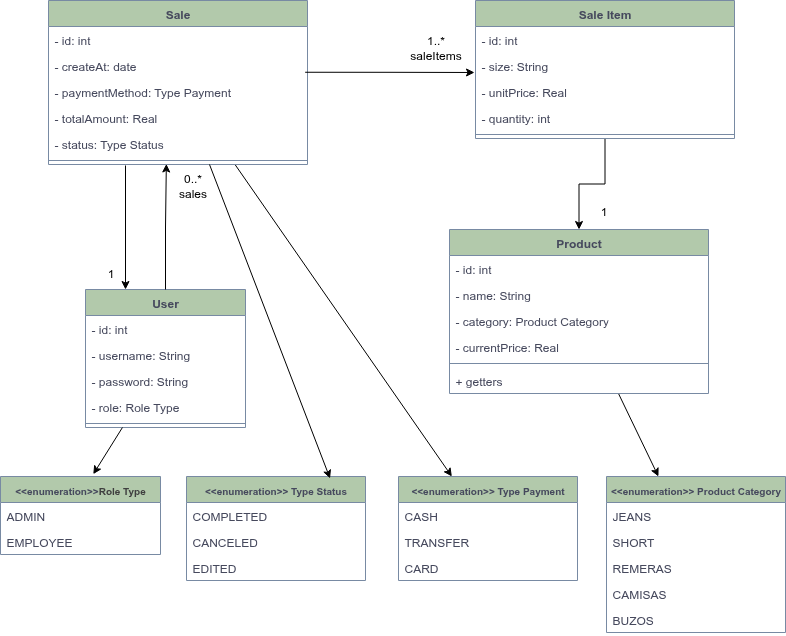
The draw.io diagram docs/tiendabel-UML.png in dazayamil/tiendabel-api, before a commit. Source tidied: cells renumbered, new cells last; positions are measured from the earlier drawing's top-left corner, leaving out a move shared by most shapes.
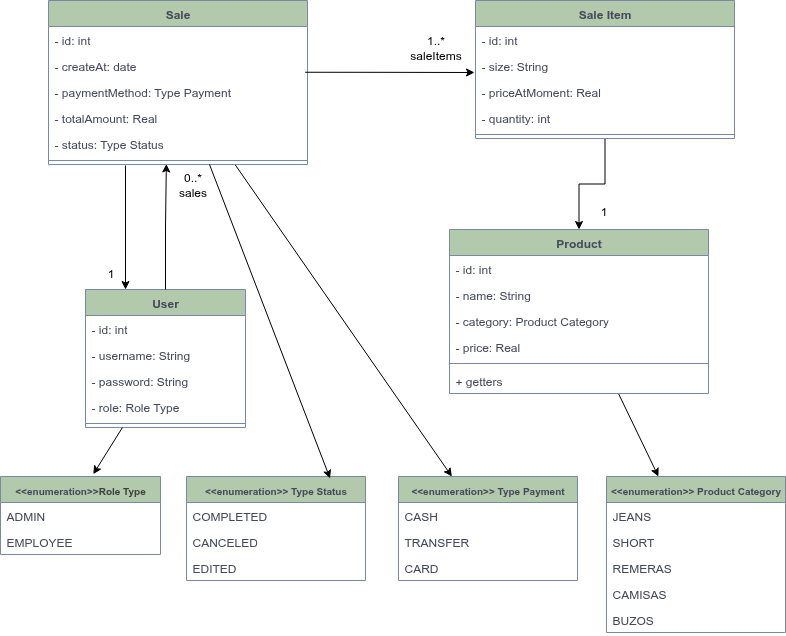
The same diagram one commit later.

What changed in the source:
```diff
@@ -61,7 +61,7 @@
     <mxCell id="20" value="- size: String" style="text;strokeColor=none;fillColor=none;align=left;verticalAlign=top;spacingLeft=4;spacingRight=4;overflow=hidden;whiteSpace=wrap;html=1;labelBackgroundColor=none;fontColor=#46495D;" parent="18" vertex="1">
       <mxGeometry y="52" width="259" height="26" as="geometry" />
     </mxCell>
-    <mxCell id="21" value="- unitPrice: Real" style="text;strokeColor=none;fillColor=none;align=left;verticalAlign=top;spacingLeft=4;spacingRight=4;overflow=hidden;whiteSpace=wrap;html=1;labelBackgroundColor=none;fontColor=#46495D;" parent="18" vertex="1">
+    <mxCell id="21" value="- priceAtMoment: Real" style="text;strokeColor=none;fillColor=none;align=left;verticalAlign=top;spacingLeft=4;spacingRight=4;overflow=hidden;whiteSpace=wrap;html=1;labelBackgroundColor=none;fontColor=#46495D;" parent="18" vertex="1">
       <mxGeometry y="78" width="259" height="26" as="geometry" />
     </mxCell>
     <mxCell id="22" value="- quantity: int" style="text;strokeColor=none;fillColor=none;align=left;verticalAlign=top;spacingLeft=4;spacingRight=4;overflow=hidden;whiteSpace=wrap;html=1;labelBackgroundColor=none;fontColor=#46495D;" parent="18" vertex="1">
@@ -85,7 +85,7 @@
     <mxCell id="28" value="- category: Product Category" style="text;strokeColor=none;fillColor=none;align=left;verticalAlign=top;spacingLeft=4;spacingRight=4;overflow=hidden;whiteSpace=wrap;html=1;labelBackgroundColor=none;fontColor=#46495D;" parent="25" vertex="1">
       <mxGeometry y="78" width="259" height="26" as="geometry" />
     </mxCell>
-    <mxCell id="29" value="- currentPrice: Real" style="text;strokeColor=none;fillColor=none;align=left;verticalAlign=top;spacingLeft=4;spacingRight=4;overflow=hidden;whiteSpace=wrap;html=1;labelBackgroundColor=none;fontColor=#46495D;" parent="25" vertex="1">
+    <mxCell id="29" value="- price: Real" style="text;strokeColor=none;fillColor=none;align=left;verticalAlign=top;spacingLeft=4;spacingRight=4;overflow=hidden;whiteSpace=wrap;html=1;labelBackgroundColor=none;fontColor=#46495D;" parent="25" vertex="1">
       <mxGeometry y="104" width="259" height="26" as="geometry" />
     </mxCell>
     <mxCell id="30" style="line;strokeWidth=1;fillColor=none;align=left;verticalAlign=middle;spacingTop=-1;spacingLeft=3;spacingRight=3;labelPosition=right;strokeColor=#788AA3;labelBackgroundColor=none;fontColor=#46495D;" parent="25" vertex="1">
```
